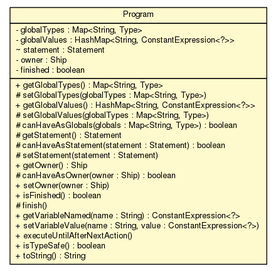
This is doc/model/programs/Program.png from sinopeus/asteroids, a Graphviz export, as it was before one commit. Its source is kept beside it as doc/model/programs/Program.dot.
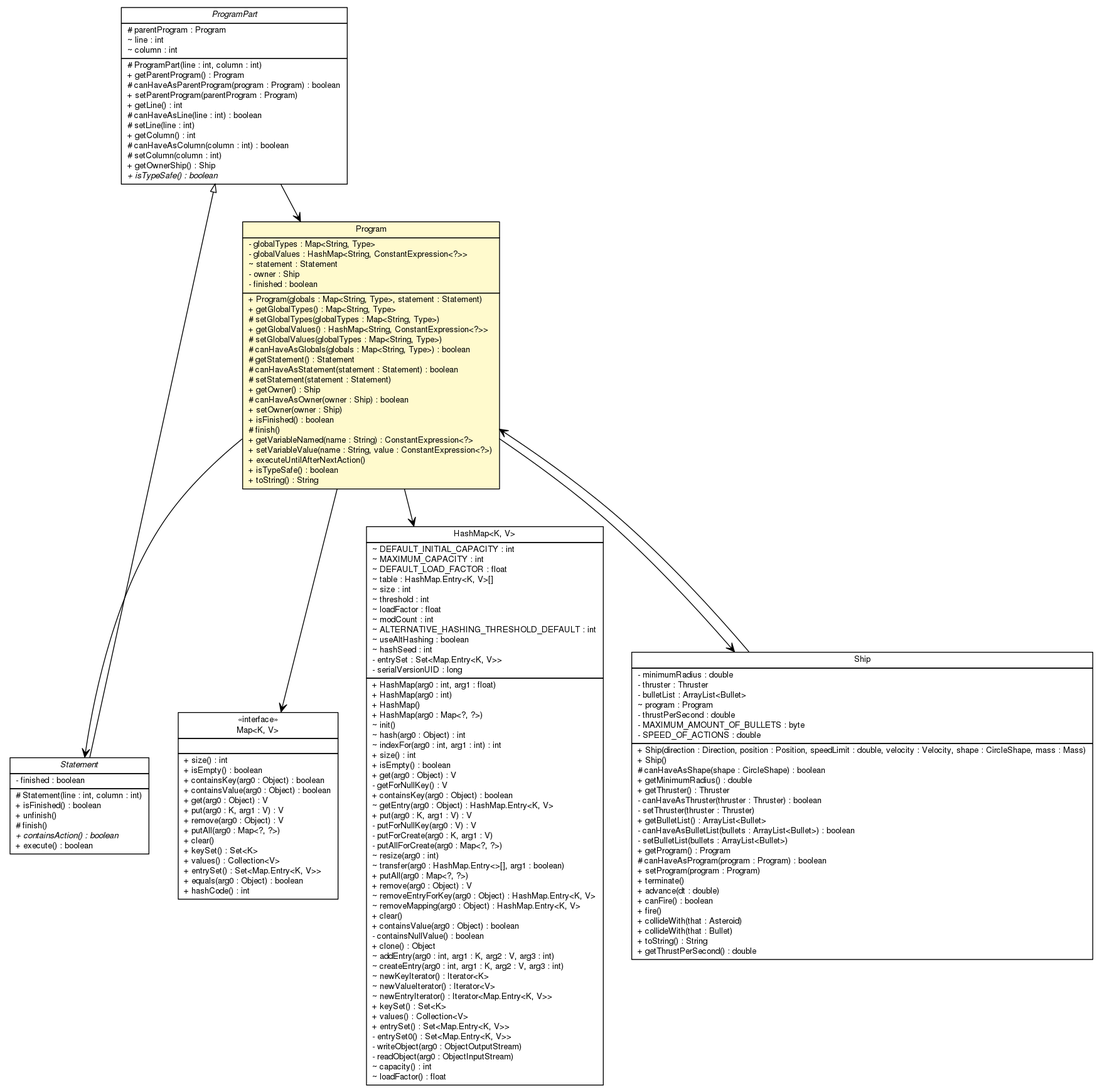
After the change.

Change to the diagram source:
```diff
@@ -4,7 +4,7 @@
 	node [fontname="Helvetica",fontsize=10,shape=plaintext];
 	nodesep=0.25;
 	ranksep=0.5;
-	c13812 [label=<<table title="model.programs.Program" border="0" cellborder="1" cellspacing="0" cellpadding="2" port="p" bgcolor="lemonChiffon" href="./Program.html">
+	c13860 [label=<<table title="model.programs.Program" border="0" cellborder="1" cellspacing="0" cellpadding="2" port="p" bgcolor="lemonChiffon" href="./Program.html">
 		<tr><td><table border="0" cellspacing="0" cellpadding="1">
 <tr><td align="center" balign="center"> Program </td></tr>
 		</table></td></tr>
@@ -16,6 +16,7 @@
 <tr><td align="left" balign="left"> - finished : boolean </td></tr>
 		</table></td></tr>
 		<tr><td><table border="0" cellspacing="0" cellpadding="1">
+<tr><td align="left" balign="left"> + Program(globals : Map&lt;String, Type&gt;, statement : Statement) </td></tr>
 <tr><td align="left" balign="left"> + getGlobalTypes() : Map&lt;String, Type&gt; </td></tr>
 <tr><td align="left" balign="left"> # setGlobalTypes(globalTypes : Map&lt;String, Type&gt;) </td></tr>
 <tr><td align="left" balign="left"> + getGlobalValues() : HashMap&lt;String, ConstantExpression&lt;?&gt;&gt; </td></tr>
@@ -36,4 +37,175 @@
 <tr><td align="left" balign="left"> + toString() : String </td></tr>
 		</table></td></tr>
 		</table>>, URL="./Program.html", fontname="Helvetica", fontcolor="black", fontsize=10.0];
+	c13886 [label=<<table title="model.programs.parsing.language.ProgramPart" border="0" cellborder="1" cellspacing="0" cellpadding="2" port="p" href="./parsing/language/ProgramPart.html">
+		<tr><td><table border="0" cellspacing="0" cellpadding="1">
+<tr><td align="center" balign="center"><font face="Helvetica-Oblique"> ProgramPart </font></td></tr>
+		</table></td></tr>
+		<tr><td><table border="0" cellspacing="0" cellpadding="1">
+<tr><td align="left" balign="left"> # parentProgram : Program </td></tr>
+<tr><td align="left" balign="left"> ~ line : int </td></tr>
+<tr><td align="left" balign="left"> ~ column : int </td></tr>
+		</table></td></tr>
+		<tr><td><table border="0" cellspacing="0" cellpadding="1">
+<tr><td align="left" balign="left"> # ProgramPart(line : int, column : int) </td></tr>
+<tr><td align="left" balign="left"> + getParentProgram() : Program </td></tr>
+<tr><td align="left" balign="left"> # canHaveAsParentProgram(program : Program) : boolean </td></tr>
+<tr><td align="left" balign="left"> + setParentProgram(parentProgram : Program) </td></tr>
+<tr><td align="left" balign="left"> + getLine() : int </td></tr>
+<tr><td align="left" balign="left"> # canHaveAsLine(line : int) : boolean </td></tr>
+<tr><td align="left" balign="left"> # setLine(line : int) </td></tr>
+<tr><td align="left" balign="left"> + getColumn() : int </td></tr>
+<tr><td align="left" balign="left"> # canHaveAsColumn(column : int) : boolean </td></tr>
+<tr><td align="left" balign="left"> # setColumn(column : int) </td></tr>
+<tr><td align="left" balign="left"> + getOwnerShip() : Ship </td></tr>
+<tr><td align="left" balign="left"><font face="Helvetica-Oblique" point-size="10.0"> + isTypeSafe() : boolean </font></td></tr>
+		</table></td></tr>
+		</table>>, URL="./parsing/language/ProgramPart.html", fontname="Helvetica", fontcolor="black", fontsize=10.0];
+	c13928 [label=<<table title="model.programs.parsing.language.statement.Statement" border="0" cellborder="1" cellspacing="0" cellpadding="2" port="p" href="./parsing/language/statement/Statement.html">
+		<tr><td><table border="0" cellspacing="0" cellpadding="1">
+<tr><td align="center" balign="center"><font face="Helvetica-Oblique"> Statement </font></td></tr>
+		</table></td></tr>
+		<tr><td><table border="0" cellspacing="0" cellpadding="1">
+<tr><td align="left" balign="left"> - finished : boolean </td></tr>
+		</table></td></tr>
+		<tr><td><table border="0" cellspacing="0" cellpadding="1">
+<tr><td align="left" balign="left"> # Statement(line : int, column : int) </td></tr>
+<tr><td align="left" balign="left"> + isFinished() : boolean </td></tr>
+<tr><td align="left" balign="left"> + unfinish() </td></tr>
+<tr><td align="left" balign="left"> # finish() </td></tr>
+<tr><td align="left" balign="left"><font face="Helvetica-Oblique" point-size="10.0"> + containsAction() : boolean </font></td></tr>
+<tr><td align="left" balign="left"> + execute() : boolean </td></tr>
+		</table></td></tr>
+		</table>>, URL="./parsing/language/statement/Statement.html", fontname="Helvetica", fontcolor="black", fontsize=10.0];
+	c13946 [label=<<table title="world.entity.ship.Ship" border="0" cellborder="1" cellspacing="0" cellpadding="2" port="p" href="../../world/entity/ship/Ship.html">
+		<tr><td><table border="0" cellspacing="0" cellpadding="1">
+<tr><td align="center" balign="center"> Ship </td></tr>
+		</table></td></tr>
+		<tr><td><table border="0" cellspacing="0" cellpadding="1">
+<tr><td align="left" balign="left"> - minimumRadius : double </td></tr>
+<tr><td align="left" balign="left"> - thruster : Thruster </td></tr>
+<tr><td align="left" balign="left"> - bulletList : ArrayList&lt;Bullet&gt; </td></tr>
+<tr><td align="left" balign="left"> ~ program : Program </td></tr>
+<tr><td align="left" balign="left"> - thrustPerSecond : double </td></tr>
+<tr><td align="left" balign="left"> - MAXIMUM_AMOUNT_OF_BULLETS : byte </td></tr>
+<tr><td align="left" balign="left"> - SPEED_OF_ACTIONS : double </td></tr>
+		</table></td></tr>
+		<tr><td><table border="0" cellspacing="0" cellpadding="1">
+<tr><td align="left" balign="left"> + Ship(direction : Direction, position : Position, speedLimit : double, velocity : Velocity, shape : CircleShape, mass : Mass) </td></tr>
+<tr><td align="left" balign="left"> + Ship() </td></tr>
+<tr><td align="left" balign="left"> # canHaveAsShape(shape : CircleShape) : boolean </td></tr>
+<tr><td align="left" balign="left"> + getMinimumRadius() : double </td></tr>
+<tr><td align="left" balign="left"> + getThruster() : Thruster </td></tr>
+<tr><td align="left" balign="left"> - canHaveAsThruster(thruster : Thruster) : boolean </td></tr>
+<tr><td align="left" balign="left"> - setThruster(thruster : Thruster) </td></tr>
+<tr><td align="left" balign="left"> + getBulletList() : ArrayList&lt;Bullet&gt; </td></tr>
+<tr><td align="left" balign="left"> - canHaveAsBulletList(bullets : ArrayList&lt;Bullet&gt;) : boolean </td></tr>
+<tr><td align="left" balign="left"> - setBulletList(bullets : ArrayList&lt;Bullet&gt;) </td></tr>
+<tr><td align="left" balign="left"> + getProgram() : Program </td></tr>
+<tr><td align="left" balign="left"> # canHaveAsProgram(program : Program) : boolean </td></tr>
+<tr><td align="left" balign="left"> + setProgram(program : Program) </td></tr>
+<tr><td align="left" balign="left"> + terminate() </td></tr>
+<tr><td align="left" balign="left"> + advance(dt : double) </td></tr>
+<tr><td align="left" balign="left"> + canFire() : boolean </td></tr>
+<tr><td align="left" balign="left"> + fire() </td></tr>
+<tr><td align="left" balign="left"> + collideWith(that : Asteroid) </td></tr>
+<tr><td align="left" balign="left"> + collideWith(that : Bullet) </td></tr>
+<tr><td align="left" balign="left"> + toString() : String </td></tr>
+<tr><td align="left" balign="left"> + getThrustPerSecond() : double </td></tr>
+		</table></td></tr>
+		</table>>, URL="../../world/entity/ship/Ship.html", fontname="Helvetica", fontcolor="black", fontsize=10.0];
+	c13886:p -> c13928:p [dir=back,arrowtail=empty];
+	c13860:p -> c13962:p [taillabel="", label="", headlabel="", fontname="Helvetica", fontcolor="black", fontsize=10.0, color="black", arrowhead=open];
+	c13860:p -> c13963:p [taillabel="", label="", headlabel="", fontname="Helvetica", fontcolor="black", fontsize=10.0, color="black", arrowhead=open];
+	c13860:p -> c13928:p [taillabel="", label="", headlabel="", fontname="Helvetica", fontcolor="black", fontsize=10.0, color="black", arrowhead=open];
+	c13860:p -> c13946:p [taillabel="", label="", headlabel="", fontname="Helvetica", fontcolor="black", fontsize=10.0, color="black", arrowhead=open];
+	c13886:p -> c13860:p [taillabel="", label="", headlabel="", fontname="Helvetica", fontcolor="black", fontsize=10.0, color="black", arrowhead=open];
+	c13946:p -> c13860:p [taillabel="", label="", headlabel="", fontname="Helvetica", fontcolor="black", fontsize=10.0, color="black", arrowhead=open];
+	c13963 [label=<<table title="java.util.HashMap" border="0" cellborder="1" cellspacing="0" cellpadding="2" port="p" href="http://java.sun.com/j2se/1.4.2/docs/api/java/util/HashMap.html">
+		<tr><td><table border="0" cellspacing="0" cellpadding="1">
+<tr><td align="center" balign="center"> HashMap&lt;K, V&gt; </td></tr>
+		</table></td></tr>
+		<tr><td><table border="0" cellspacing="0" cellpadding="1">
+<tr><td align="left" balign="left"> ~ DEFAULT_INITIAL_CAPACITY : int </td></tr>
+<tr><td align="left" balign="left"> ~ MAXIMUM_CAPACITY : int </td></tr>
+<tr><td align="left" balign="left"> ~ DEFAULT_LOAD_FACTOR : float </td></tr>
+<tr><td align="left" balign="left"> ~ table : HashMap.Entry&lt;K, V&gt;[] </td></tr>
+<tr><td align="left" balign="left"> ~ size : int </td></tr>
+<tr><td align="left" balign="left"> ~ threshold : int </td></tr>
+<tr><td align="left" balign="left"> ~ loadFactor : float </td></tr>
+<tr><td align="left" balign="left"> ~ modCount : int </td></tr>
+<tr><td align="left" balign="left"> ~ ALTERNATIVE_HASHING_THRESHOLD_DEFAULT : int </td></tr>
+<tr><td align="left" balign="left"> ~ useAltHashing : boolean </td></tr>
+<tr><td align="left" balign="left"> ~ hashSeed : int </td></tr>
+<tr><td align="left" balign="left"> - entrySet : Set&lt;Map.Entry&lt;K, V&gt;&gt; </td></tr>
+<tr><td align="left" balign="left"> - serialVersionUID : long </td></tr>
+		</table></td></tr>
+		<tr><td><table border="0" cellspacing="0" cellpadding="1">
+<tr><td align="left" balign="left"> + HashMap(arg0 : int, arg1 : float) </td></tr>
+<tr><td align="left" balign="left"> + HashMap(arg0 : int) </td></tr>
+<tr><td align="left" balign="left"> + HashMap() </td></tr>
+<tr><td align="left" balign="left"> + HashMap(arg0 : Map&lt;?, ?&gt;) </td></tr>
+<tr><td align="left" balign="left"> ~ init() </td></tr>
+<tr><td align="left" balign="left"> ~ hash(arg0 : Object) : int </td></tr>
+<tr><td align="left" balign="left"> ~ indexFor(arg0 : int, arg1 : int) : int </td></tr>
+<tr><td align="left" balign="left"> + size() : int </td></tr>
+<tr><td align="left" balign="left"> + isEmpty() : boolean </td></tr>
+<tr><td align="left" balign="left"> + get(arg0 : Object) : V </td></tr>
+<tr><td align="left" balign="left"> - getForNullKey() : V </td></tr>
+<tr><td align="left" balign="left"> + containsKey(arg0 : Object) : boolean </td></tr>
+<tr><td align="left" balign="left"> ~ getEntry(arg0 : Object) : HashMap.Entry&lt;K, V&gt; </td></tr>
+<tr><td align="left" balign="left"> + put(arg0 : K, arg1 : V) : V </td></tr>
+<tr><td align="left" balign="left"> - putForNullKey(arg0 : V) : V </td></tr>
+<tr><td align="left" balign="left"> - putForCreate(arg0 : K, arg1 : V) </td></tr>
+<tr><td align="left" balign="left"> - putAllForCreate(arg0 : Map&lt;?, ?&gt;) </td></tr>
+<tr><td align="left" balign="left"> ~ resize(arg0 : int) </td></tr>
+<tr><td align="left" balign="left"> ~ transfer(arg0 : HashMap.Entry&lt;&gt;[], arg1 : boolean) </td></tr>
+<tr><td align="left" balign="left"> + putAll(arg0 : Map&lt;?, ?&gt;) </td></tr>
+<tr><td align="left" balign="left"> + remove(arg0 : Object) : V </td></tr>
+<tr><td align="left" balign="left"> ~ removeEntryForKey(arg0 : Object) : HashMap.Entry&lt;K, V&gt; </td></tr>
+<tr><td align="left" balign="left"> ~ removeMapping(arg0 : Object) : HashMap.Entry&lt;K, V&gt; </td></tr>
+<tr><td align="left" balign="left"> + clear() </td></tr>
+<tr><td align="left" balign="left"> + containsValue(arg0 : Object) : boolean </td></tr>
+<tr><td align="left" balign="left"> - containsNullValue() : boolean </td></tr>
+<tr><td align="left" balign="left"> + clone() : Object </td></tr>
+<tr><td align="left" balign="left"> ~ addEntry(arg0 : int, arg1 : K, arg2 : V, arg3 : int) </td></tr>
+<tr><td align="left" balign="left"> ~ createEntry(arg0 : int, arg1 : K, arg2 : V, arg3 : int) </td></tr>
+<tr><td align="left" balign="left"> ~ newKeyIterator() : Iterator&lt;K&gt; </td></tr>
+<tr><td align="left" balign="left"> ~ newValueIterator() : Iterator&lt;V&gt; </td></tr>
+<tr><td align="left" balign="left"> ~ newEntryIterator() : Iterator&lt;Map.Entry&lt;K, V&gt;&gt; </td></tr>
+<tr><td align="left" balign="left"> + keySet() : Set&lt;K&gt; </td></tr>
+<tr><td align="left" balign="left"> + values() : Collection&lt;V&gt; </td></tr>
+<tr><td align="left" balign="left"> + entrySet() : Set&lt;Map.Entry&lt;K, V&gt;&gt; </td></tr>
+<tr><td align="left" balign="left"> - entrySet0() : Set&lt;Map.Entry&lt;K, V&gt;&gt; </td></tr>
+<tr><td align="left" balign="left"> - writeObject(arg0 : ObjectOutputStream) </td></tr>
+<tr><td align="left" balign="left"> - readObject(arg0 : ObjectInputStream) </td></tr>
+<tr><td align="left" balign="left"> ~ capacity() : int </td></tr>
+<tr><td align="left" balign="left"> ~ loadFactor() : float </td></tr>
+		</table></td></tr>
+		</table>>, URL="http://java.sun.com/j2se/1.4.2/docs/api/java/util/HashMap.html", fontname="Helvetica", fontcolor="black", fontsize=10.0];
+	c13962 [label=<<table title="java.util.Map" border="0" cellborder="1" cellspacing="0" cellpadding="2" port="p" href="http://java.sun.com/j2se/1.4.2/docs/api/java/util/Map.html">
+		<tr><td><table border="0" cellspacing="0" cellpadding="1">
+<tr><td align="center" balign="center"> &#171;interface&#187; </td></tr>
+<tr><td align="center" balign="center"> Map&lt;K, V&gt; </td></tr>
+		</table></td></tr>
+		<tr><td><table border="0" cellspacing="0" cellpadding="1">
+<tr><td align="left" balign="left">  </td></tr>
+		</table></td></tr>
+		<tr><td><table border="0" cellspacing="0" cellpadding="1">
+<tr><td align="left" balign="left"> + size() : int </td></tr>
+<tr><td align="left" balign="left"> + isEmpty() : boolean </td></tr>
+<tr><td align="left" balign="left"> + containsKey(arg0 : Object) : boolean </td></tr>
+<tr><td align="left" balign="left"> + containsValue(arg0 : Object) : boolean </td></tr>
+<tr><td align="left" balign="left"> + get(arg0 : Object) : V </td></tr>
+<tr><td align="left" balign="left"> + put(arg0 : K, arg1 : V) : V </td></tr>
+<tr><td align="left" balign="left"> + remove(arg0 : Object) : V </td></tr>
+<tr><td align="left" balign="left"> + putAll(arg0 : Map&lt;?, ?&gt;) </td></tr>
+<tr><td align="left" balign="left"> + clear() </td></tr>
+<tr><td align="left" balign="left"> + keySet() : Set&lt;K&gt; </td></tr>
+<tr><td align="left" balign="left"> + values() : Collection&lt;V&gt; </td></tr>
+<tr><td align="left" balign="left"> + entrySet() : Set&lt;Map.Entry&lt;K, V&gt;&gt; </td></tr>
+<tr><td align="left" balign="left"> + equals(arg0 : Object) : boolean </td></tr>
+<tr><td align="left" balign="left"> + hashCode() : int </td></tr>
+		</table></td></tr>
+		</table>>, URL="http://java.sun.com/j2se/1.4.2/docs/api/java/util/Map.html", fontname="Helvetica", fontcolor="black", fontsize=10.0];
 }
```
